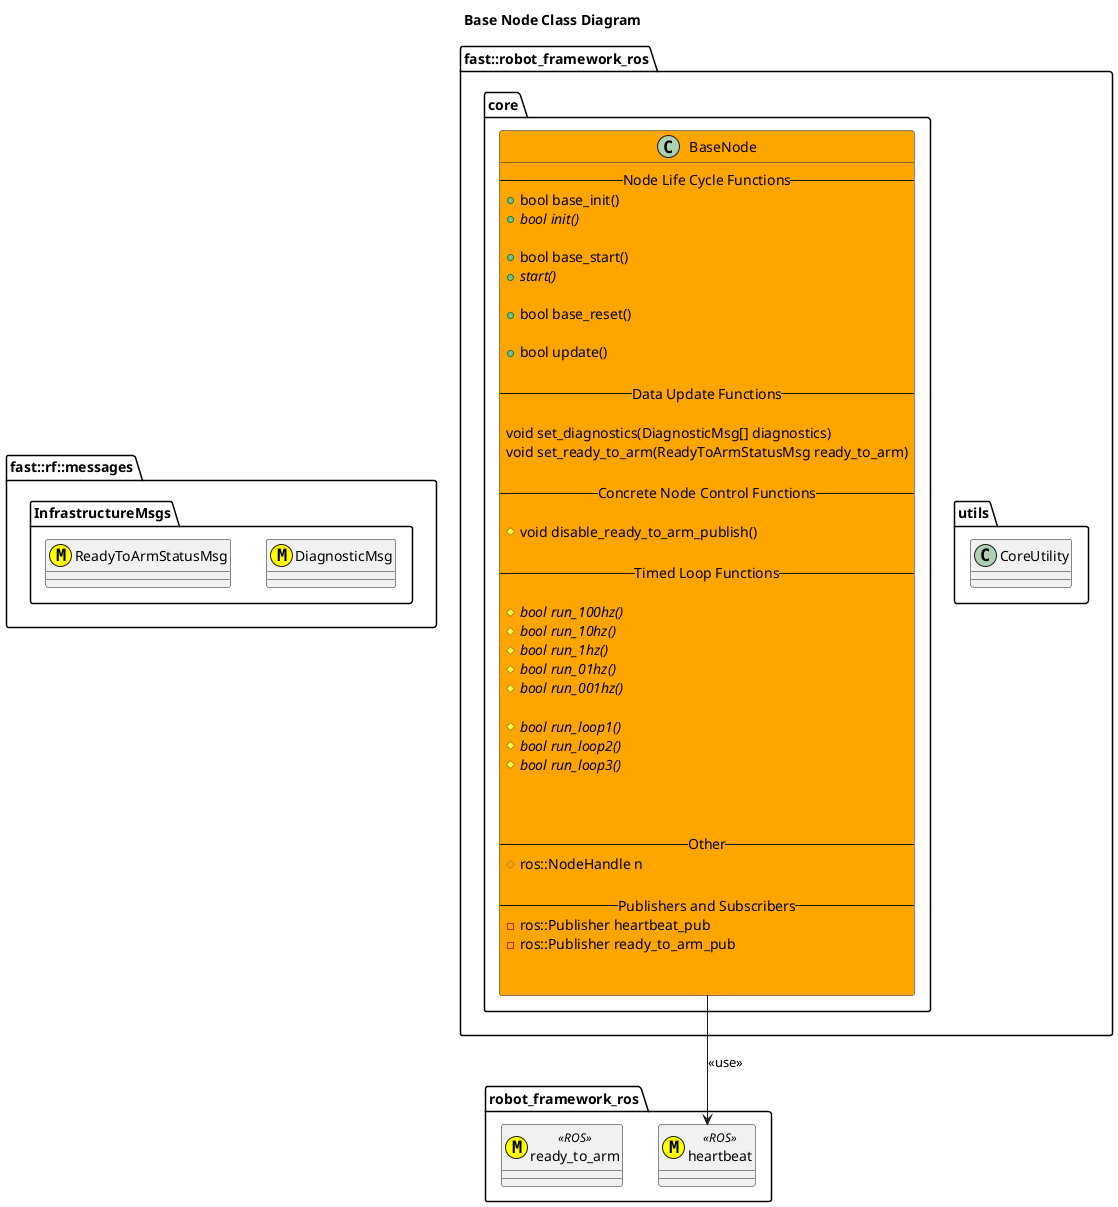
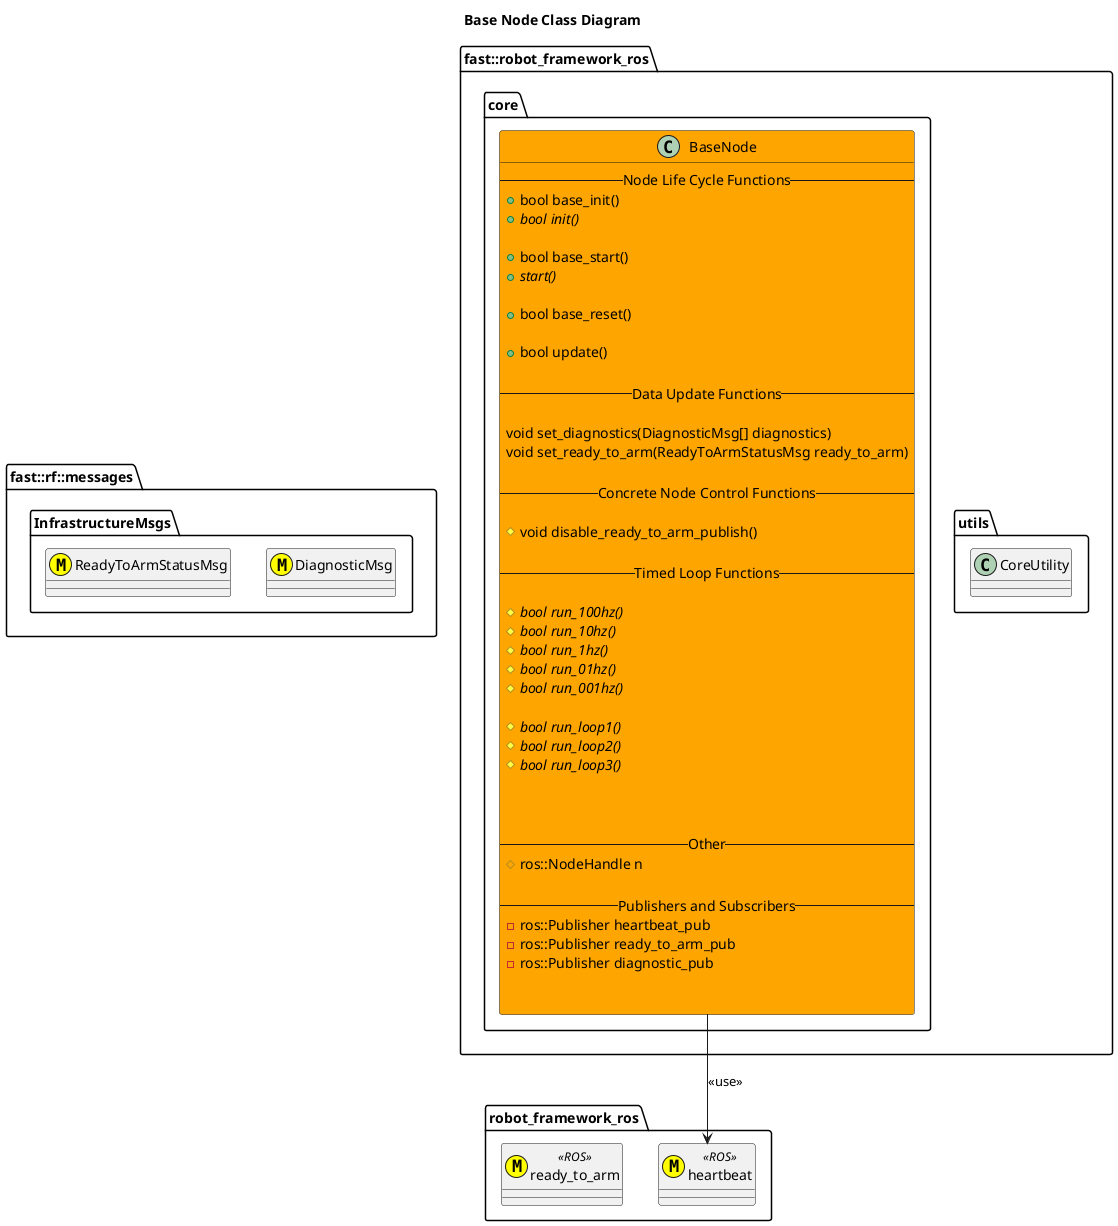
@startuml
title Base Node Class Diagram
namespace fast::rf::messages {
    namespace InfrastructureMsgs {
        class DiagnosticMsg <<(M,#FFFF00)>>
        class ReadyToArmStatusMsg <<(M,#FFFF00)>>
    }
}
namespace robot_framework_ros {
    class heartbeat <<(M,#FFFF00)>> <<ROS>>
    class ready_to_arm <<(M,#FFFF00)>> <<ROS>>
}
namespace fast::robot_framework_ros {
    namespace utils {
        class CoreUtility
    }
    namespace core {
        class BaseNode #Orange{
            --Node Life Cycle Functions--
            +bool base_init()
            +{abstract} bool init()

            +bool base_start()
            +{abstract} start()

            +bool base_reset()

            +bool update()

            --Data Update Functions--

            void set_diagnostics(DiagnosticMsg[] diagnostics)
            void set_ready_to_arm(ReadyToArmStatusMsg ready_to_arm)

            --Concrete Node Control Functions--

            #void disable_ready_to_arm_publish()

            --Timed Loop Functions--

            #{abstract} bool run_100hz()
            #{abstract} bool run_10hz()
            #{abstract} bool run_1hz()
            #{abstract} bool run_01hz()
            #{abstract} bool run_001hz()

            #{abstract} bool run_loop1()
            #{abstract} bool run_loop2()
            #{abstract} bool run_loop3()



            --Other--
            #ros::NodeHandle n

            --Publishers and Subscribers--
            -ros::Publisher heartbeat_pub
            -ros::Publisher ready_to_arm_pub
+             -ros::Publisher diagnostic_pub


        }
        BaseNode --> heartbeat: <<use>>

    }
}
@enduml